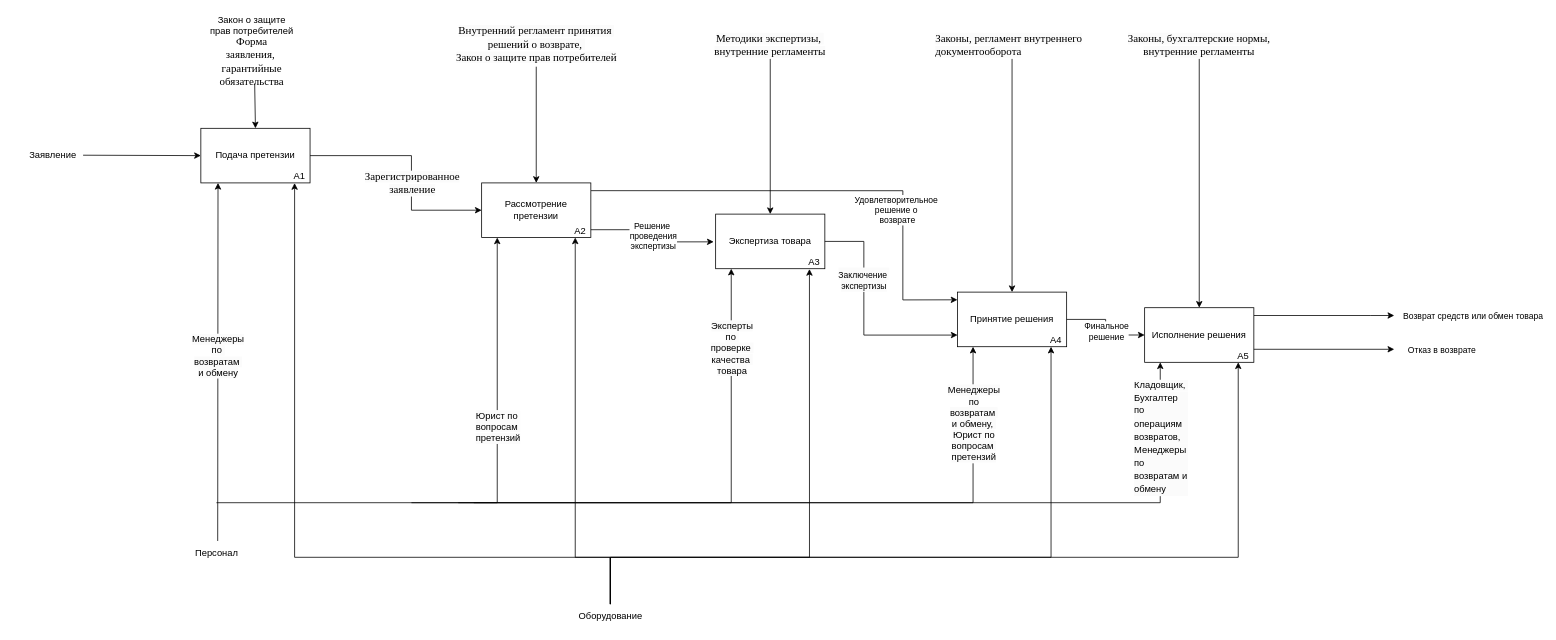
Earlier version of the draw.io diagram page "A0" (2 of 7) of LAB_2/MIABP_LAB_2.drawio (rxzzd/miabp). Source tidied: cells renumbered, new cells numbered last; positions are measured from the earlier drawing's top-left corner, leaving out a move shared by most shapes. Both pictures are drawn from the tidied source at 78%, with x=0, y=0 at pixel (21, 20).
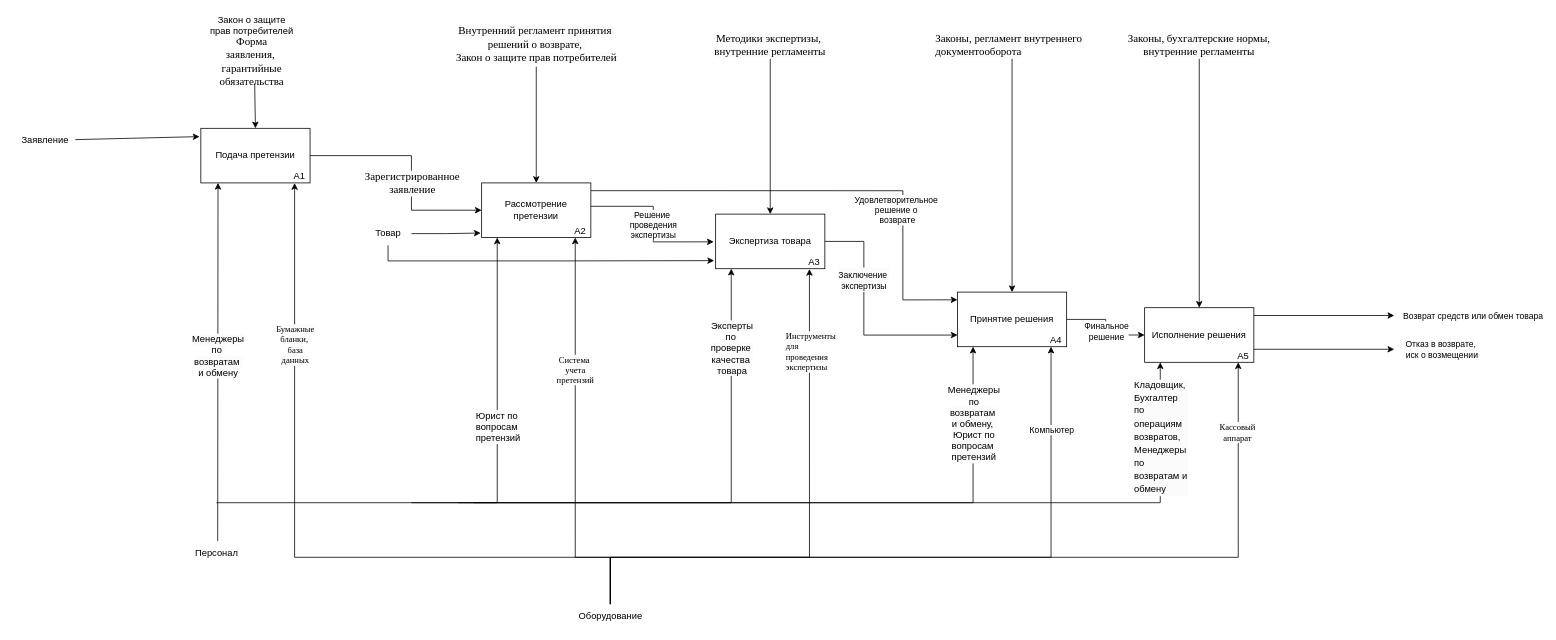
Above is the later version.

The change refers to these unchanged cells:
```xml
<mxCell id="3" value="Подача претензии" style="rounded=0;whiteSpace=wrap;html=1;" parent="2" vertex="1">
  <mxGeometry width="140" height="70" as="geometry" />
</mxCell>
<mxCell id="6" value="Рассмотрение претензии" style="rounded=0;whiteSpace=wrap;html=1;" parent="5" vertex="1">
  <mxGeometry width="140" height="70" as="geometry" />
</mxCell>
<mxCell id="7" value="A2" style="text;html=1;align=center;verticalAlign=middle;whiteSpace=wrap;rounded=0;" parent="5" vertex="1">
  <mxGeometry x="113.3" y="53.3" width="26.7" height="16.7" as="geometry" />
</mxCell>
<mxCell id="19" value="Экспертиза товара" style="rounded=0;whiteSpace=wrap;html=1;" parent="18" vertex="1">
  <mxGeometry width="140" height="70" as="geometry" />
</mxCell>
<mxCell id="43" style="edgeStyle=orthogonalEdgeStyle;rounded=0;jettySize=auto;html=1;entryX=0.859;entryY=1.006;entryDx=0;entryDy=0;entryPerimeter=0;" parent="1" edge="1" source="45" target="19">
  <mxGeometry relative="1" as="geometry">
    <Array as="points">
      <mxPoint x="755" y="689" />
      <mxPoint x="1010" y="689" />
      <mxPoint x="1010" y="319" />
    </Array>
  </mxGeometry>
</mxCell>
<mxCell id="44" style="edgeStyle=orthogonalEdgeStyle;rounded=0;jettySize=auto;html=1;entryX=0.25;entryY=1;entryDx=0;entryDy=0;" parent="1" edge="1" source="45" target="10">
  <mxGeometry relative="1" as="geometry">
    <Array as="points">
      <mxPoint x="755" y="689" />
      <mxPoint x="1320" y="689" />
    </Array>
  </mxGeometry>
</mxCell>
<mxCell id="45" value="Оборудование" style="text;html=1;align=center;verticalAlign=middle;points=[];strokeColor=none;fillColor=none;" parent="1" vertex="1">
  <mxGeometry x="700" y="749" width="110" height="30" as="geometry" />
</mxCell>
<mxCell id="46" style="edgeStyle=orthogonalEdgeStyle;rounded=0;jettySize=auto;html=1;entryX=0.258;entryY=1.012;entryDx=0;entryDy=0;entryPerimeter=0;" parent="1" edge="1" source="45" target="4">
  <mxGeometry relative="1" as="geometry">
    <Array as="points">
      <mxPoint x="755" y="689" />
      <mxPoint x="350" y="689" />
      <mxPoint x="350" y="209" />
    </Array>
  </mxGeometry>
</mxCell>
<mxCell id="47" style="edgeStyle=orthogonalEdgeStyle;rounded=0;jettySize=auto;html=1;entryX=0.25;entryY=1;entryDx=0;entryDy=0;" parent="1" edge="1" source="45" target="15">
  <mxGeometry relative="1" as="geometry">
    <Array as="points">
      <mxPoint x="755" y="689" />
      <mxPoint x="1560" y="689" />
    </Array>
  </mxGeometry>
</mxCell>
<mxCell id="48" style="edgeStyle=orthogonalEdgeStyle;rounded=0;orthogonalLoop=1;jettySize=auto;html=1;" parent="1" edge="1">
  <mxGeometry relative="1" as="geometry">
    <mxPoint x="1580" y="422.3" as="sourcePoint" />
    <mxPoint x="1760" y="422.3" as="targetPoint" />
  </mxGeometry>
</mxCell>
```

Change to the diagram source:
```diff
@@
-    <mxCell id="16" style="endArrow=classic;html=1;rounded=0;exitX=0.988;exitY=0.483;exitDx=0;exitDy=0;exitPerimeter=0;entryX=0;entryY=0.5;entryDx=0;entryDy=0;" parent="1" edge="1" source="17" target="3">
+    <mxCell id="16" style="endArrow=classic;html=1;rounded=0;exitX=0.988;exitY=0.483;exitDx=0;exitDy=0;exitPerimeter=0;entryX=-0.012;entryY=0.152;entryDx=0;entryDy=0;entryPerimeter=0;" parent="1" edge="1" source="17" target="3">
       <mxGeometry relative="1" as="geometry" />
     </mxCell>
     <mxCell id="17" value="Заявление" style="text;html=1;align=center;verticalAlign=middle;points=[];strokeColor=none;fillColor=none;" parent="1" vertex="1">
-      <mxGeometry y="159" width="80" height="30" as="geometry" />
+      <mxGeometry x="-10" y="139" width="80" height="30" as="geometry" />
     </mxCell>
@@
     <mxCell id="36" style="edgeStyle=orthogonalEdgeStyle;rounded=0;jettySize=auto;html=1;entryX=-0.018;entryY=0.508;entryDx=0;entryDy=0;entryPerimeter=0;" parent="1" edge="1" source="6" target="19">
       <mxGeometry relative="1" as="geometry">
         <Array as="points">
-          <mxPoint x="810" y="269" />
+          <mxPoint x="810" y="239" />
           <mxPoint x="810" y="285" />
         </Array>
       </mxGeometry>
     </mxCell>
@@
-    <mxCell id="42" style="edgeStyle=orthogonalEdgeStyle;rounded=0;jettySize=auto;html=1;entryX=0.25;entryY=1;entryDx=0;entryDy=0;entryPerimeter=0;" parent="1" edge="1" source="45" target="7">
-      <mxGeometry relative="1" as="geometry">
+    <mxCell id="42" value="&lt;span style=&quot;font-family: &amp;quot;Times New Roman&amp;quot;; text-align: left; text-wrap-mode: wrap; background-color: rgb(251, 251, 251);&quot;&gt;&lt;font&gt;Система&amp;nbsp;&lt;/font&gt;&lt;/span&gt;&lt;div&gt;&lt;span style=&quot;font-family: &amp;quot;Times New Roman&amp;quot;; text-align: left; text-wrap-mode: wrap; background-color: rgb(251, 251, 251);&quot;&gt;&lt;font&gt;учета претензий&lt;/font&gt;&lt;/span&gt;&lt;/div&gt;" style="edgeStyle=orthogonalEdgeStyle;rounded=0;jettySize=auto;html=1;entryX=0.25;entryY=1;entryDx=0;entryDy=0;entryPerimeter=0;" parent="1" edge="1" source="45" target="7">
+      <mxGeometry x="0.34" relative="1" as="geometry">
         <Array as="points">
           <mxPoint x="755" y="689" />
           <mxPoint x="710" y="689" />
         </Array>
       </mxGeometry>
     </mxCell>
@@
+    <mxCell id="60" value="&lt;div style=&quot;text-align: left;&quot;&gt;&lt;span style=&quot;color: light-dark(rgb(0, 0, 0), rgb(255, 255, 255)); text-wrap-mode: wrap; background-color: rgb(251, 251, 251);&quot;&gt;&lt;font face=&quot;Times New Roman&quot;&gt;Инструменты для проведения экспертизы&lt;/font&gt;&lt;/span&gt;&lt;/div&gt;" style="edgeLabel;html=1;align=center;verticalAlign=middle;" parent="43" vertex="1">
+      <mxGeometry x="0.69" y="-1" relative="1" as="geometry" />
+    </mxCell>
@@
+    <mxCell id="61" value="Компьютер" style="edgeLabel;html=1;align=center;verticalAlign=middle;" parent="44" vertex="1">
+      <mxGeometry x="0.76" y="-1" relative="1" as="geometry" />
+    </mxCell>
@@
+    <mxCell id="62" value="&lt;span style=&quot;font-family: &amp;quot;Times New Roman&amp;quot;; text-align: left; text-wrap-mode: wrap; background-color: rgb(251, 251, 251);&quot;&gt;&lt;font&gt;Бумажные бланки,&amp;nbsp;&lt;/font&gt;&lt;/span&gt;&lt;div&gt;&lt;span style=&quot;font-family: &amp;quot;Times New Roman&amp;quot;; text-align: left; text-wrap-mode: wrap; background-color: rgb(251, 251, 251);&quot;&gt;&lt;font&gt;база данных&lt;/font&gt;&lt;/span&gt;&lt;/div&gt;" style="edgeLabel;html=1;align=center;verticalAlign=middle;" parent="46" vertex="1">
+      <mxGeometry x="0.56" relative="1" as="geometry" />
+    </mxCell>
@@
+    <mxCell id="63" value="&lt;span style=&quot;font-family: &amp;quot;Times New Roman&amp;quot;; text-align: left; text-wrap-mode: wrap; background-color: rgb(251, 251, 251);&quot;&gt;&lt;font&gt;Кассовый аппарат&lt;/font&gt;&lt;/span&gt;" style="edgeLabel;html=1;align=center;verticalAlign=middle;" parent="47" vertex="1">
+      <mxGeometry x="0.84" y="1" relative="1" as="geometry" />
+    </mxCell>
@@
-    <mxCell id="49" value="Отказ в возврате" style="edgeLabel;html=1;align=center;verticalAlign=middle;" parent="48" vertex="1">
+    <mxCell id="49" value="Отказ в возврате,&amp;nbsp;&lt;div&gt;иск о возмещении&lt;/div&gt;" style="edgeLabel;html=1;align=center;verticalAlign=middle;" parent="48" vertex="1">
       <mxGeometry x="0.3" y="-1" relative="1" as="geometry">
         <mxPoint x="123" y="-1" as="offset" />
       </mxGeometry>
     </mxCell>
@@
+    <mxCell id="64" value="Товар" style="text;html=1;align=center;verticalAlign=middle;points=[];strokeColor=none;fillColor=none;" parent="1" vertex="1">
+      <mxGeometry x="440" y="259" width="60" height="30" as="geometry" />
+    </mxCell>
+    <mxCell id="65" style="edgeStyle=orthogonalEdgeStyle;rounded=0;jettySize=auto;html=1;entryX=-0.009;entryY=0.918;entryDx=0;entryDy=0;entryPerimeter=0;" parent="1" edge="1" source="64" target="6">
+      <mxGeometry relative="1" as="geometry" />
+    </mxCell>
+    <mxCell id="66" style="edgeStyle=orthogonalEdgeStyle;rounded=0;jettySize=auto;html=1;entryX=-0.014;entryY=0.852;entryDx=0;entryDy=0;entryPerimeter=0;" parent="1" edge="1" source="64" target="19">
+      <mxGeometry relative="1" as="geometry">
+        <Array as="points">
+          <mxPoint x="470" y="309" />
+          <mxPoint x="695" y="309" />
+        </Array>
+      </mxGeometry>
+    </mxCell>
```
